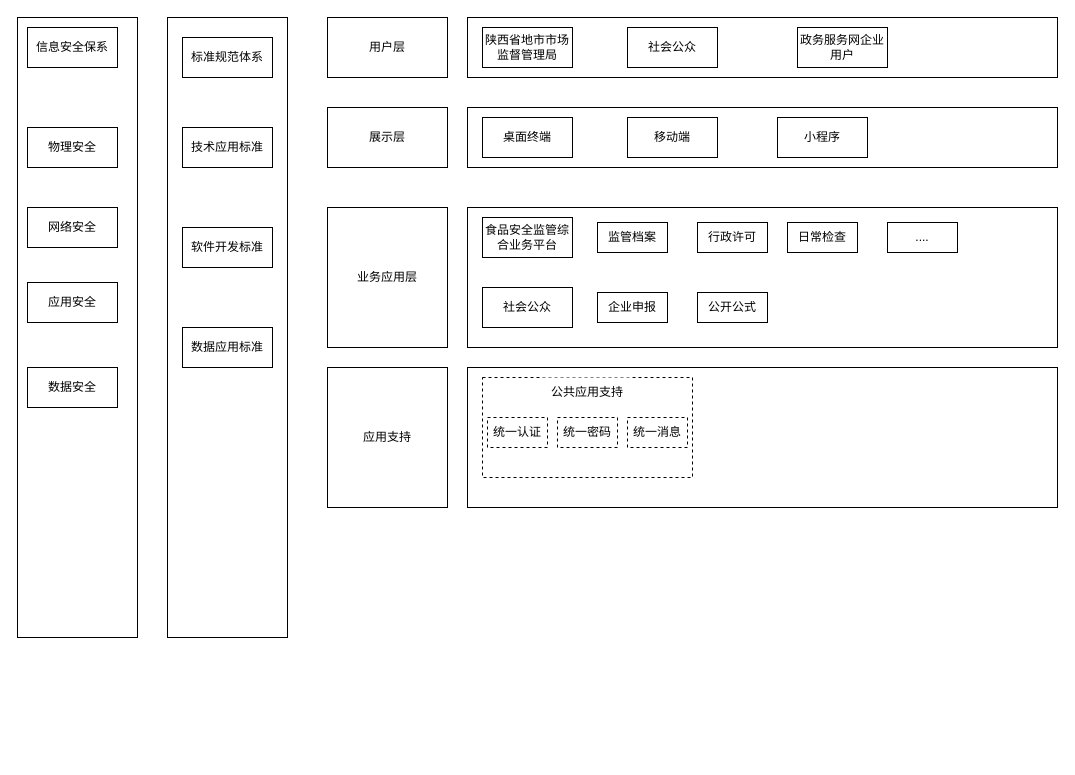
Earlier version of the draw.io diagram 未命名绘图.drawio (qulongxiang/amis-editor-demo). Source tidied: cells renumbered, new cells numbered last; positions are measured from the earlier drawing's top-left corner, leaving out a move shared by most shapes. Both pictures are drawn from the tidied source at 100%, with x=0, y=0 at pixel (17, 17).
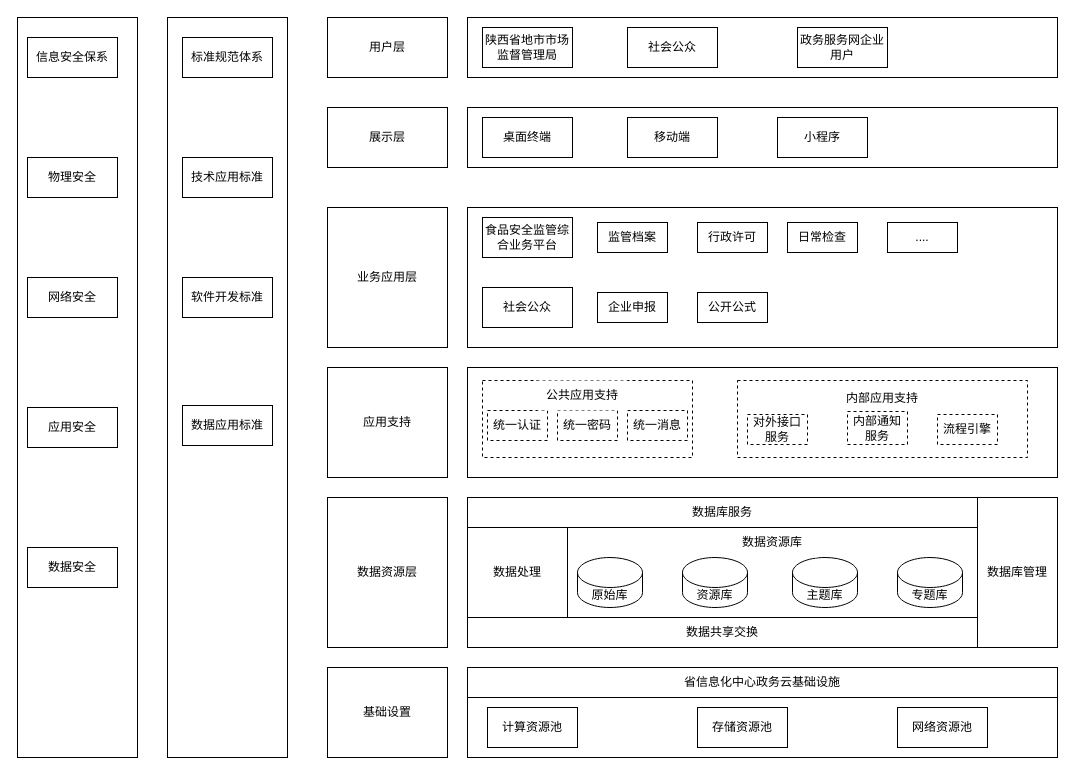
Above is the later version.

Commit message (it also covers changes not shown here):
更新未命名绘图.drawio

Change to the diagram source:
```diff
@@
     <mxCell id="2" style="rounded=0;whiteSpace=wrap;html=1;" parent="1" vertex="1">
-      <mxGeometry width="120" height="620" as="geometry" />
+      <mxGeometry width="120" height="740" as="geometry" />
     </mxCell>
     <mxCell id="3" value="信息安全保系" style="rounded=0;whiteSpace=wrap;html=1;" parent="1" vertex="1">
-      <mxGeometry x="10" y="10" width="90" height="40" as="geometry" />
+      <mxGeometry x="10" y="20" width="90" height="40" as="geometry" />
     </mxCell>
     <mxCell id="4" value="物理安全" style="rounded=0;whiteSpace=wrap;html=1;" parent="1" vertex="1">
-      <mxGeometry x="10" y="110" width="90" height="40" as="geometry" />
+      <mxGeometry x="10" y="140" width="90" height="40" as="geometry" />
     </mxCell>
     <mxCell id="5" value="网络安全" style="rounded=0;whiteSpace=wrap;html=1;" parent="1" vertex="1">
-      <mxGeometry x="10" y="190" width="90" height="40" as="geometry" />
+      <mxGeometry x="10" y="260" width="90" height="40" as="geometry" />
     </mxCell>
     <mxCell id="6" value="应用安全" style="rounded=0;whiteSpace=wrap;html=1;" parent="1" vertex="1">
-      <mxGeometry x="10" y="265" width="90" height="40" as="geometry" />
+      <mxGeometry x="10" y="390" width="90" height="40" as="geometry" />
     </mxCell>
     <mxCell id="7" value="数据安全" style="rounded=0;whiteSpace=wrap;html=1;" parent="1" vertex="1">
-      <mxGeometry x="10" y="350" width="90" height="40" as="geometry" />
+      <mxGeometry x="10" y="530" width="90" height="40" as="geometry" />
     </mxCell>
     <mxCell id="8" style="rounded=0;whiteSpace=wrap;html=1;" parent="1" vertex="1">
-      <mxGeometry x="150" width="120" height="620" as="geometry" />
+      <mxGeometry x="150" width="120" height="740" as="geometry" />
     </mxCell>
@@
     <mxCell id="10" value="技术应用标准" style="rounded=0;whiteSpace=wrap;html=1;" parent="1" vertex="1">
-      <mxGeometry x="165" y="110" width="90" height="40" as="geometry" />
+      <mxGeometry x="165" y="140" width="90" height="40" as="geometry" />
     </mxCell>
     <mxCell id="11" value="软件开发标准" style="rounded=0;whiteSpace=wrap;html=1;" parent="1" vertex="1">
-      <mxGeometry x="165" y="210" width="90" height="40" as="geometry" />
+      <mxGeometry x="165" y="260" width="90" height="40" as="geometry" />
     </mxCell>
     <mxCell id="12" value="数据应用标准" style="rounded=0;whiteSpace=wrap;html=1;" parent="1" vertex="1">
-      <mxGeometry x="165" y="310" width="90" height="40" as="geometry" />
+      <mxGeometry x="165" y="388" width="90" height="40" as="geometry" />
     </mxCell>
@@
     <mxCell id="33" value="应用支持" style="rounded=0;whiteSpace=wrap;html=1;" parent="1" vertex="1">
-      <mxGeometry x="310" y="350" width="120" height="140" as="geometry" />
+      <mxGeometry x="310" y="350" width="120" height="110" as="geometry" />
     </mxCell>
     <mxCell id="34" style="rounded=0;whiteSpace=wrap;html=1;" parent="1" vertex="1">
-      <mxGeometry x="450" y="350" width="590" height="140" as="geometry" />
+      <mxGeometry x="450" y="350" width="590" height="110" as="geometry" />
     </mxCell>
     <mxCell id="35" style="rounded=0;whiteSpace=wrap;html=1;dashed=1;" parent="1" vertex="1">
-      <mxGeometry x="465" y="360" width="210" height="100" as="geometry" />
+      <mxGeometry x="465" y="363" width="210" height="77" as="geometry" />
     </mxCell>
     <mxCell id="36" value="统一认证" style="rounded=0;whiteSpace=wrap;html=1;dashed=1;" parent="1" vertex="1">
-      <mxGeometry x="470" y="400" width="60" height="30" as="geometry" />
+      <mxGeometry x="470" y="393" width="60" height="30" as="geometry" />
     </mxCell>
     <mxCell id="37" value="统一密码" style="rounded=0;whiteSpace=wrap;html=1;dashed=1;" parent="1" vertex="1">
-      <mxGeometry x="540" y="400" width="60" height="30" as="geometry" />
+      <mxGeometry x="540" y="393" width="60" height="30" as="geometry" />
     </mxCell>
     <mxCell id="38" value="统一消息" style="rounded=0;whiteSpace=wrap;html=1;dashed=1;" parent="1" vertex="1">
-      <mxGeometry x="610" y="400" width="60" height="30" as="geometry" />
+      <mxGeometry x="610" y="393" width="60" height="30" as="geometry" />
     </mxCell>
     <mxCell id="39" value="公共应用支持" style="rounded=0;whiteSpace=wrap;html=1;dashed=1;strokeColor=none;" parent="1" vertex="1">
-      <mxGeometry x="525" y="360" width="90" height="30" as="geometry" />
+      <mxGeometry x="520" y="363" width="90" height="30" as="geometry" />
     </mxCell>
+    <mxCell id="40" style="rounded=0;whiteSpace=wrap;html=1;dashed=1;" parent="1" vertex="1">
+      <mxGeometry x="720" y="363" width="290" height="77" as="geometry" />
+    </mxCell>
+    <mxCell id="41" value="内部应用支持" style="rounded=0;whiteSpace=wrap;html=1;dashed=1;strokeColor=none;" parent="1" vertex="1">
+      <mxGeometry x="820" y="366" width="90" height="30" as="geometry" />
+    </mxCell>
+    <mxCell id="42" value="对外接口服务" style="rounded=0;whiteSpace=wrap;html=1;dashed=1;" parent="1" vertex="1">
+      <mxGeometry x="730" y="397" width="60" height="30" as="geometry" />
+    </mxCell>
+    <mxCell id="43" value="内部通知服务" style="rounded=0;whiteSpace=wrap;html=1;dashed=1;" parent="1" vertex="1">
+      <mxGeometry x="830" y="394" width="60" height="33" as="geometry" />
+    </mxCell>
+    <mxCell id="44" value="流程引擎" style="rounded=0;whiteSpace=wrap;html=1;dashed=1;" parent="1" vertex="1">
+      <mxGeometry x="920" y="397" width="60" height="30" as="geometry" />
+    </mxCell>
+    <mxCell id="45" value="数据资源层" style="rounded=0;whiteSpace=wrap;html=1;" parent="1" vertex="1">
+      <mxGeometry x="310" y="480" width="120" height="150" as="geometry" />
+    </mxCell>
+    <mxCell id="46" value="数据库管理" style="rounded=0;whiteSpace=wrap;html=1;" parent="1" vertex="1">
+      <mxGeometry x="960" y="480" width="80" height="150" as="geometry" />
+    </mxCell>
+    <mxCell id="47" value="数据处理" style="rounded=0;whiteSpace=wrap;html=1;" parent="1" vertex="1">
+      <mxGeometry x="450" y="510" width="100" height="90" as="geometry" />
+    </mxCell>
+    <mxCell id="48" value="数据共享交换" style="rounded=0;whiteSpace=wrap;html=1;" parent="1" vertex="1">
+      <mxGeometry x="450" y="600" width="510" height="30" as="geometry" />
+    </mxCell>
+    <mxCell id="49" style="rounded=0;whiteSpace=wrap;html=1;" parent="1" vertex="1">
+      <mxGeometry x="550" y="510" width="410" height="90" as="geometry" />
+    </mxCell>
+    <mxCell id="50" value="原始库" style="shape=cylinder3;whiteSpace=wrap;html=1;boundedLbl=1;backgroundOutline=1;size=15;" parent="1" vertex="1">
+      <mxGeometry x="560" y="540" width="65" height="50" as="geometry" />
+    </mxCell>
+    <mxCell id="51" value="资源库" style="shape=cylinder3;whiteSpace=wrap;html=1;boundedLbl=1;backgroundOutline=1;size=15;" parent="1" vertex="1">
+      <mxGeometry x="665" y="540" width="65" height="50" as="geometry" />
+    </mxCell>
+    <mxCell id="52" value="主题库" style="shape=cylinder3;whiteSpace=wrap;html=1;boundedLbl=1;backgroundOutline=1;size=15;" parent="1" vertex="1">
+      <mxGeometry x="775" y="540" width="65" height="50" as="geometry" />
+    </mxCell>
+    <mxCell id="53" value="专题库" style="shape=cylinder3;whiteSpace=wrap;html=1;boundedLbl=1;backgroundOutline=1;size=15;" parent="1" vertex="1">
+      <mxGeometry x="880" y="540" width="65" height="50" as="geometry" />
+    </mxCell>
+    <mxCell id="54" value="数据资源库" style="rounded=0;whiteSpace=wrap;html=1;dashed=1;strokeColor=none;" parent="1" vertex="1">
+      <mxGeometry x="710" y="510" width="90" height="30" as="geometry" />
+    </mxCell>
+    <mxCell id="55" value="数据库服务" style="rounded=0;whiteSpace=wrap;html=1;" parent="1" vertex="1">
+      <mxGeometry x="450" y="480" width="510" height="30" as="geometry" />
+    </mxCell>
+    <mxCell id="56" value="基础设置" style="rounded=0;whiteSpace=wrap;html=1;" parent="1" vertex="1">
+      <mxGeometry x="310" y="650" width="120" height="90" as="geometry" />
+    </mxCell>
+    <mxCell id="57" value="省信息化中心政务云基础设施" style="rounded=0;whiteSpace=wrap;html=1;" parent="1" vertex="1">
+      <mxGeometry x="450" y="650" width="590" height="30" as="geometry" />
+    </mxCell>
+    <mxCell id="58" style="rounded=0;whiteSpace=wrap;html=1;" parent="1" vertex="1">
+      <mxGeometry x="450" y="680" width="590" height="60" as="geometry" />
+    </mxCell>
+    <mxCell id="59" value="计算资源池" style="rounded=0;whiteSpace=wrap;html=1;" parent="1" vertex="1">
+      <mxGeometry x="470" y="690" width="90" height="40" as="geometry" />
+    </mxCell>
+    <mxCell id="60" value="存储资源池" style="rounded=0;whiteSpace=wrap;html=1;" parent="1" vertex="1">
+      <mxGeometry x="680" y="690" width="90" height="40" as="geometry" />
+    </mxCell>
+    <mxCell id="61" value="网络资源池" style="rounded=0;whiteSpace=wrap;html=1;" parent="1" vertex="1">
+      <mxGeometry x="880" y="690" width="90" height="40" as="geometry" />
+    </mxCell>
```
